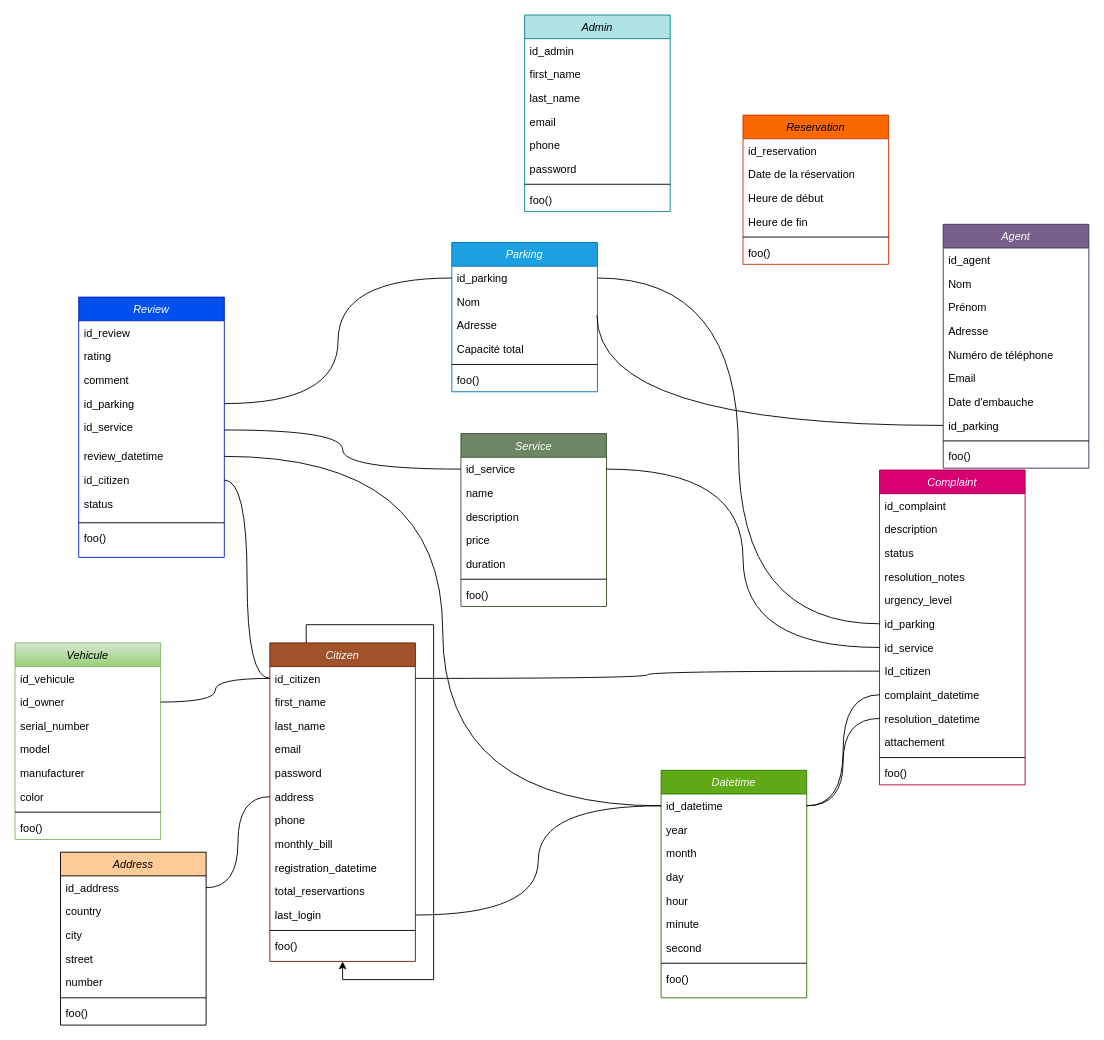
This is docs/Untitled Diagram.drawio from anomaly1095/parky, a draw.io file, before an edit. Source tidied: cells renumbered, new cells numbered last; positions are measured from the earlier drawing's top-left corner, leaving out a move shared by most shapes. Both pictures are drawn from the tidied source at 91%, with x=0, y=0 at pixel (15, 15).
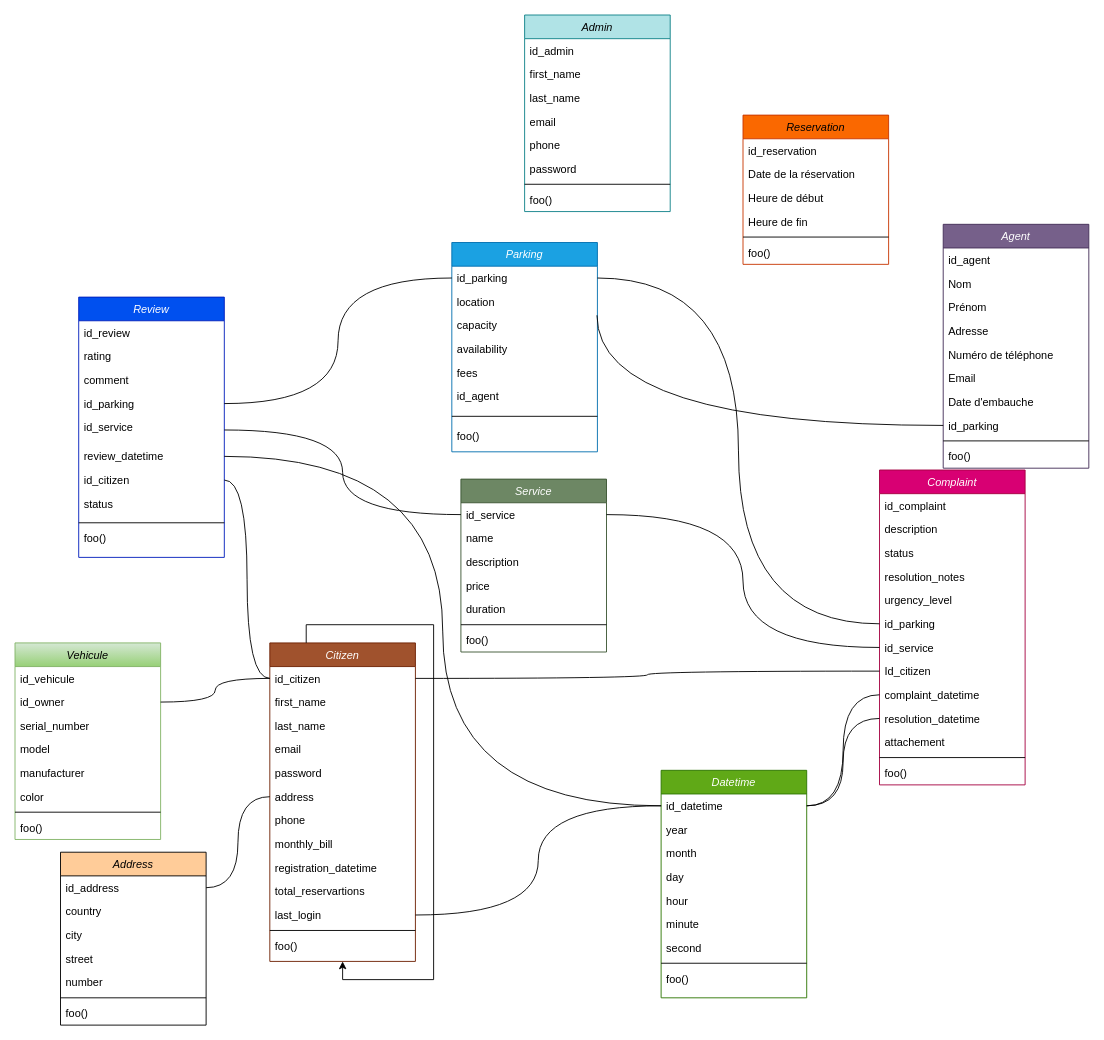
After the change.

Commit message:
Mettre à jour Untitled Diagram.drawio

Change to the diagram source:
```diff
@@
     <mxCell id="88" value="Service" style="swimlane;fontStyle=2;align=center;verticalAlign=top;horizontal=1;startSize=26;rounded=0;shadow=0;strokeWidth=1;fillColor=#6d8764;fontColor=#ffffff;strokeColor=#3A5431;" parent="1" vertex="1">
-      <mxGeometry x="490" y="460" width="160" height="190" as="geometry" />
+      <mxGeometry x="490" y="510" width="160" height="190" as="geometry" />
     </mxCell>
@@
     <mxCell id="96" value="Parking" style="swimlane;fontStyle=2;align=center;verticalAlign=top;horizontal=1;startSize=26;rounded=0;shadow=0;strokeWidth=1;fillColor=#1ba1e2;strokeColor=#006EAF;fontColor=#ffffff;" parent="1" vertex="1">
-      <mxGeometry x="480" y="250" width="160" height="164" as="geometry" />
+      <mxGeometry x="480" y="250" width="160" height="230" as="geometry" />
     </mxCell>
@@
-    <mxCell id="98" value="Nom" style="text;align=left;verticalAlign=top;spacingLeft=4;spacingRight=4;overflow=hidden;" parent="96" vertex="1">
+    <mxCell id="98" value="location" style="text;align=left;verticalAlign=top;spacingLeft=4;spacingRight=4;overflow=hidden;" parent="96" vertex="1">
       <mxGeometry y="52" width="160" height="26" as="geometry" />
     </mxCell>
-    <mxCell id="99" value="Adresse" style="text;align=left;verticalAlign=top;spacingLeft=4;spacingRight=4;overflow=hidden;" parent="96" vertex="1">
+    <mxCell id="99" value="capacity" style="text;align=left;verticalAlign=top;spacingLeft=4;spacingRight=4;overflow=hidden;" parent="96" vertex="1">
       <mxGeometry y="78" width="160" height="26" as="geometry" />
     </mxCell>
-    <mxCell id="100" value="Capacité total" style="text;align=left;verticalAlign=top;spacingLeft=4;spacingRight=4;overflow=hidden;" parent="96" vertex="1">
+    <mxCell id="100" value="availability" style="text;align=left;verticalAlign=top;spacingLeft=4;spacingRight=4;overflow=hidden;" parent="96" vertex="1">
       <mxGeometry y="104" width="160" height="26" as="geometry" />
     </mxCell>
+    <mxCell id="124" value="fees" style="text;align=left;verticalAlign=top;spacingLeft=4;spacingRight=4;overflow=hidden;" parent="96" vertex="1">
+      <mxGeometry y="130" width="160" height="26" as="geometry" />
+    </mxCell>
+    <mxCell id="125" value="id_agent" style="text;align=left;verticalAlign=top;spacingLeft=4;spacingRight=4;overflow=hidden;" parent="96" vertex="1">
+      <mxGeometry y="156" width="160" height="26" as="geometry" />
+    </mxCell>
     <mxCell id="101" style="line;html=1;strokeWidth=1;align=left;verticalAlign=middle;spacingTop=-1;spacingLeft=3;spacingRight=3;labelPosition=right;" parent="96" vertex="1">
-      <mxGeometry y="130" width="160" height="8" as="geometry" />
+      <mxGeometry y="182" width="160" height="18" as="geometry" />
     </mxCell>
     <mxCell id="102" value="foo()" style="text;align=left;verticalAlign=top;spacingLeft=4;spacingRight=4;overflow=hidden;" parent="96" vertex="1">
-      <mxGeometry y="138" width="160" height="26" as="geometry" />
+      <mxGeometry y="200" width="160" height="22" as="geometry" />
     </mxCell>
```
